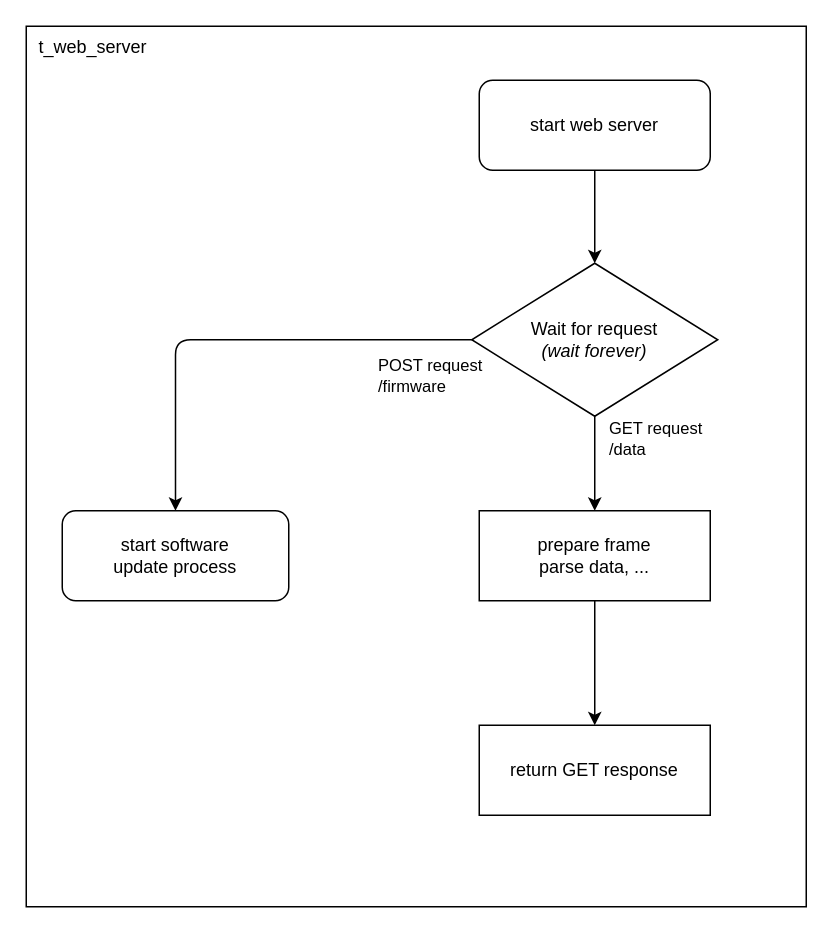
Before: schematic/05-sw-flow-running-non-SIL-web-server.drawio in petrkucerak/diplom-thesis, a draw.io diagram. Source tidied: cells renumbered, new cells numbered last; positions are measured from the earlier drawing's top-left corner, leaving out a move shared by most shapes. Both pictures are drawn from the tidied source at 150%, with x=0, y=0 at pixel (26, -153).
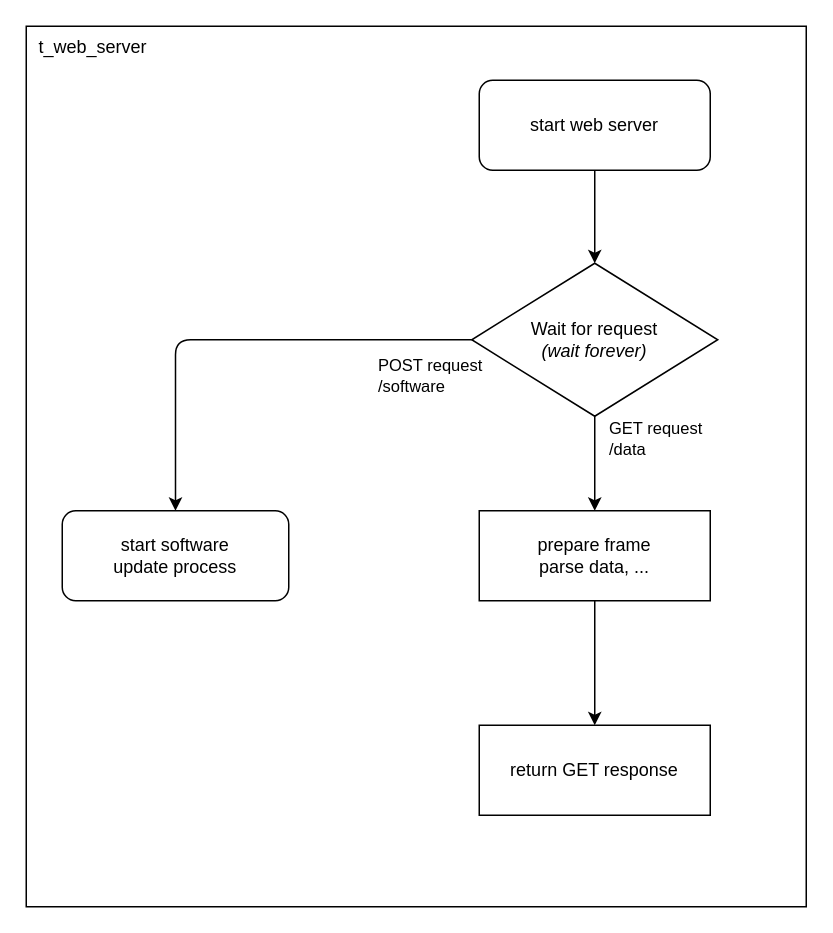
After the change.

The edit, as a diff of the source:
```diff
@@
 <mxGraphModel>
   <root>
     <mxCell id="0" />
     <mxCell id="1" parent="0" />
     <mxCell id="2" value="&amp;nbsp; t_web_server" style="rounded=0;whiteSpace=wrap;html=1;align=left;verticalAlign=top;" parent="1" vertex="1">
       <mxGeometry y="119" width="520" height="587" as="geometry" />
     </mxCell>
     <mxCell id="3" style="edgeStyle=none;html=1;exitX=0.5;exitY=1;exitDx=0;exitDy=0;entryX=0.5;entryY=0;entryDx=0;entryDy=0;" parent="1" edge="1" source="4" target="12">
       <mxGeometry relative="1" as="geometry" />
     </mxCell>
     <mxCell id="4" value="start web server" style="rounded=1;whiteSpace=wrap;html=1;flipV=1;flipH=1;" parent="1" vertex="1">
       <mxGeometry x="302" y="155" width="154" height="60" as="geometry" />
     </mxCell>
     <mxCell id="5" style="edgeStyle=none;html=1;exitX=0.5;exitY=1;exitDx=0;exitDy=0;" parent="1" edge="1" source="6" target="7">
       <mxGeometry relative="1" as="geometry" />
     </mxCell>
     <mxCell id="6" value="prepare frame&lt;div&gt;parse data, ...&lt;/div&gt;" style="rounded=0;whiteSpace=wrap;html=1;flipV=1;flipH=1;" parent="1" vertex="1">
       <mxGeometry x="302" y="442" width="154" height="60" as="geometry" />
     </mxCell>
     <mxCell id="7" value="return GET response" style="rounded=0;whiteSpace=wrap;html=1;flipV=0;flipH=1;" parent="1" vertex="1">
       <mxGeometry x="302" y="585" width="154" height="60" as="geometry" />
     </mxCell>
     <mxCell id="8" style="edgeStyle=none;html=1;exitX=0.5;exitY=1;exitDx=0;exitDy=0;entryX=0.5;entryY=0;entryDx=0;entryDy=0;" parent="1" edge="1" source="12" target="6">
       <mxGeometry relative="1" as="geometry" />
     </mxCell>
     <mxCell id="9" value="GET request&lt;div&gt;/data&lt;/div&gt;" style="edgeLabel;html=1;align=left;verticalAlign=middle;" parent="8" vertex="1">
       <mxGeometry x="-0.41" relative="1" as="geometry">
         <mxPoint x="8" y="-5" as="offset" />
       </mxGeometry>
     </mxCell>
     <mxCell id="10" style="edgeStyle=orthogonalEdgeStyle;html=1;exitX=0;exitY=0.5;exitDx=0;exitDy=0;entryX=0.5;entryY=0;entryDx=0;entryDy=0;" parent="1" edge="1" source="12" target="13">
       <mxGeometry relative="1" as="geometry" />
     </mxCell>
-    <mxCell id="11" value="POST request&lt;div&gt;/firmware&lt;/div&gt;" style="edgeLabel;html=1;align=left;verticalAlign=middle;" parent="10" vertex="1">
+    <mxCell id="11" value="POST request&lt;div&gt;/software&lt;/div&gt;" style="edgeLabel;html=1;align=left;verticalAlign=middle;" parent="10" vertex="1">
       <mxGeometry x="-0.5" y="-2" relative="1" as="geometry">
         <mxPoint x="14" y="25" as="offset" />
       </mxGeometry>
     </mxCell>
     <mxCell id="12" value="Wait for request&lt;div&gt;&lt;i&gt;(wait forever)&lt;/i&gt;&lt;/div&gt;" style="rhombus;whiteSpace=wrap;html=1;" parent="1" vertex="1">
       <mxGeometry x="297" y="277" width="164" height="102" as="geometry" />
     </mxCell>
     <mxCell id="13" value="start software&lt;br&gt;update process" style="rounded=1;whiteSpace=wrap;html=1;" parent="1" vertex="1">
       <mxGeometry x="24" y="442" width="151" height="60" as="geometry" />
     </mxCell>
     <mxCell id="14" style="edgeStyle=orthogonalEdgeStyle;html=1;exitX=0.5;exitY=1;exitDx=0;exitDy=0;entryX=0.5;entryY=1;entryDx=0;entryDy=0;" parent="1" edge="1">
       <mxGeometry relative="1" as="geometry">
         <mxPoint x="419" as="targetPoint" />
         <Array as="points">
           <mxPoint x="77" y="85" />
           <mxPoint x="419" y="85" />
         </Array>
       </mxGeometry>
     </mxCell>
   </root>
 </mxGraphModel>
```
